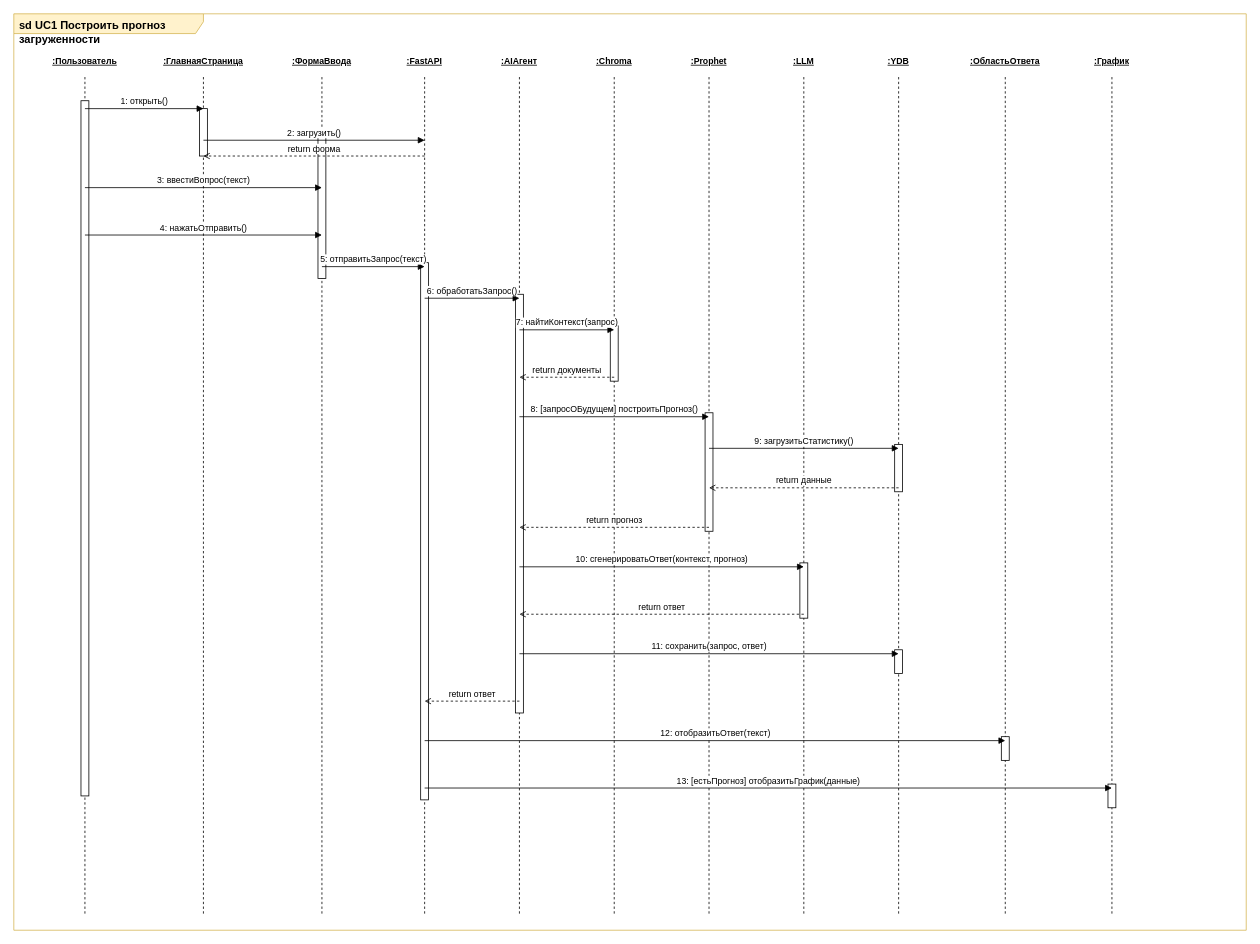
Vad1mah/irkutsk-tourism-ias keeps this draw.io diagram as page "UC1 Построить прогноз загруженности" (1 of 7) of models/SEQUENCE/sequence_diagrams.drawio. Above is the earlier version. Source tidied: cells renumbered, new cells numbered last; positions are measured from the earlier drawing's top-left corner, leaving out a move shared by most shapes. Both pictures are drawn from the tidied source at 79%, with x=0, y=0 at pixel (13, 13).
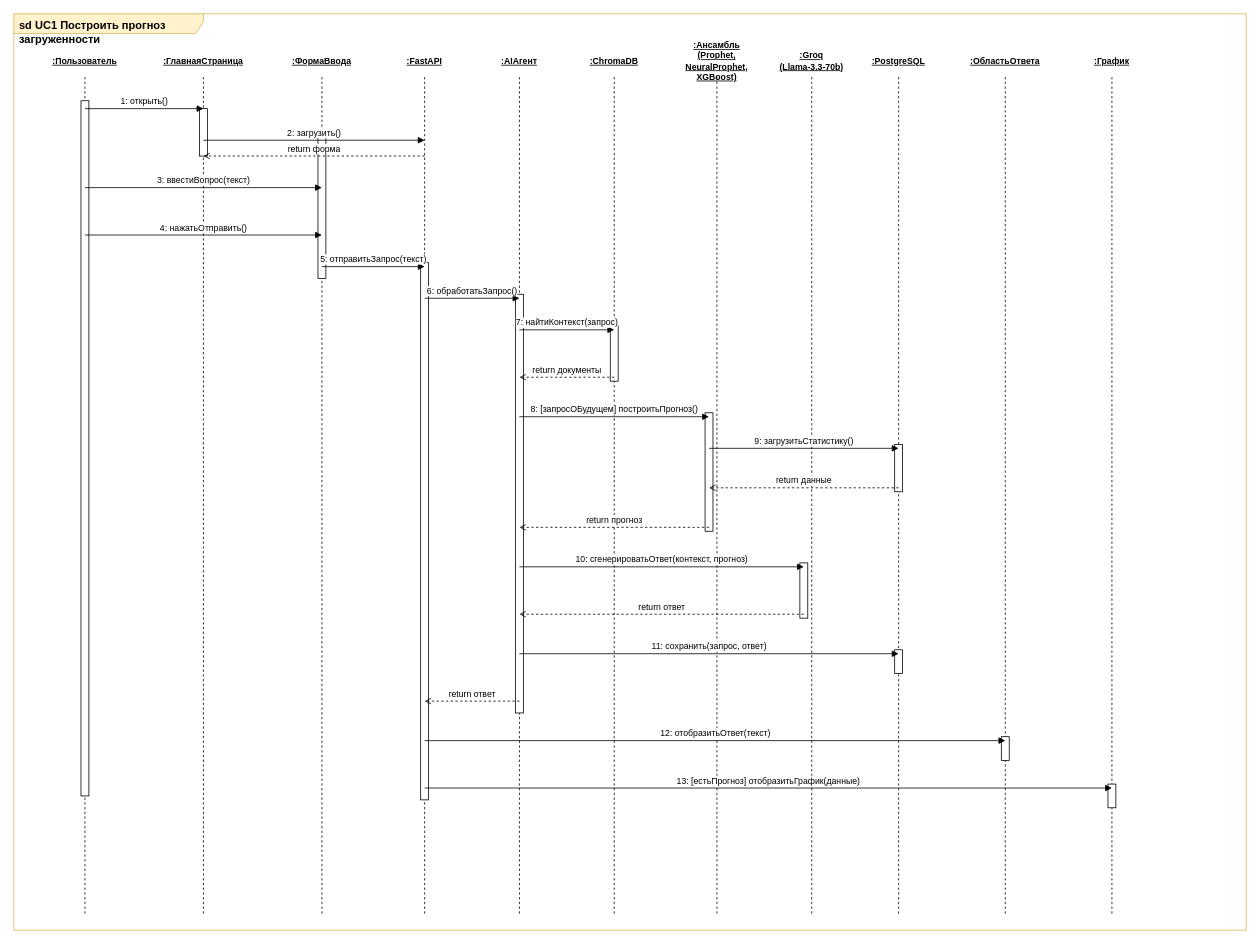
After the change.

Change to the diagram source:
```diff
@@
-    <mxCell id="8" value=":Chroma" style="shape=umlLifeline;perimeter=lifelinePerimeter;whiteSpace=wrap;html=1;participant=1;size=40;participantFillColor=#d5e8d4;participantStrokeColor=#82b366;fontSize=11;fontStyle=5;" parent="1" vertex="1">
+    <mxCell id="8" value=":ChromaDB" style="shape=umlLifeline;perimeter=lifelinePerimeter;whiteSpace=wrap;html=1;participant=1;size=40;participantFillColor=#d5e8d4;participantStrokeColor=#82b366;fontSize=11;fontStyle=5;" parent="1" vertex="1">
       <mxGeometry x="720" y="40" width="80" height="1100" as="geometry" />
     </mxCell>
-    <mxCell id="9" value=":Prophet" style="shape=umlLifeline;perimeter=lifelinePerimeter;whiteSpace=wrap;html=1;participant=1;size=40;participantFillColor=#d5e8d4;participantStrokeColor=#82b366;fontSize=11;fontStyle=5;" parent="1" vertex="1">
-      <mxGeometry x="840" y="40" width="80" height="1100" as="geometry" />
+    <mxCell id="9" value=":Ансамбль&#10;(Prophet,&#10;NeuralProphet,&#10;XGBoost)" style="shape=umlLifeline;perimeter=lifelinePerimeter;whiteSpace=wrap;html=1;participant=1;size=40;participantFillColor=#d5e8d4;participantStrokeColor=#82b366;fontSize=11;fontStyle=5;" parent="1" vertex="1">
+      <mxGeometry x="840" y="40" width="100" height="1100" as="geometry" />
     </mxCell>
-    <mxCell id="10" value=":LLM" style="shape=umlLifeline;perimeter=lifelinePerimeter;whiteSpace=wrap;html=1;participant=1;size=40;participantFillColor=#d5e8d4;participantStrokeColor=#82b366;fontSize=11;fontStyle=5;" parent="1" vertex="1">
-      <mxGeometry x="960" y="40" width="80" height="1100" as="geometry" />
+    <mxCell id="10" value=":Groq&#10;(Llama-3.3-70b)" style="shape=umlLifeline;perimeter=lifelinePerimeter;whiteSpace=wrap;html=1;participant=1;size=40;participantFillColor=#d5e8d4;participantStrokeColor=#82b366;fontSize=11;fontStyle=5;" parent="1" vertex="1">
+      <mxGeometry x="960" y="40" width="100" height="1100" as="geometry" />
     </mxCell>
-    <mxCell id="11" value=":YDB" style="shape=umlLifeline;perimeter=lifelinePerimeter;whiteSpace=wrap;html=1;participant=1;size=40;participantFillColor=#e1d5e7;participantStrokeColor=#9673a6;fontSize=11;fontStyle=5;" parent="1" vertex="1">
+    <mxCell id="11" value=":PostgreSQL" style="shape=umlLifeline;perimeter=lifelinePerimeter;whiteSpace=wrap;html=1;participant=1;size=40;participantFillColor=#e1d5e7;participantStrokeColor=#9673a6;fontSize=11;fontStyle=5;" parent="1" vertex="1">
       <mxGeometry x="1080" y="40" width="80" height="1100" as="geometry" />
     </mxCell>
```
